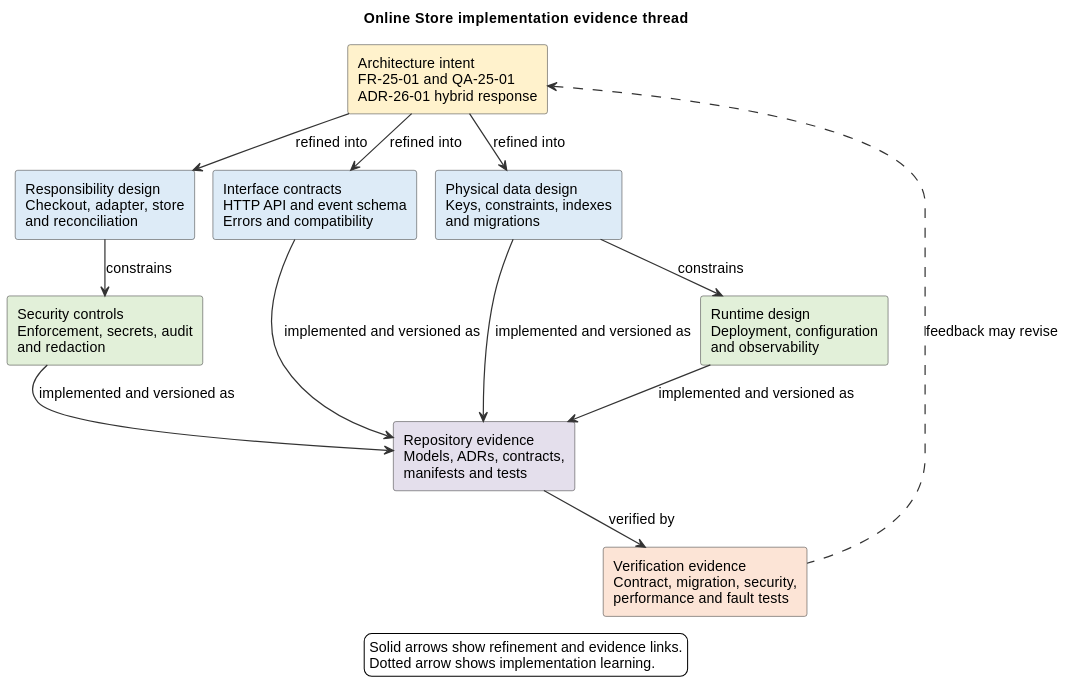
Before: diagrams/exported/svg/FIG-27-01-online-store-implementation-evidence-thread.svg, a diagram exported from PlantUML (nishikanttiwari01/Architecture_Modelling).
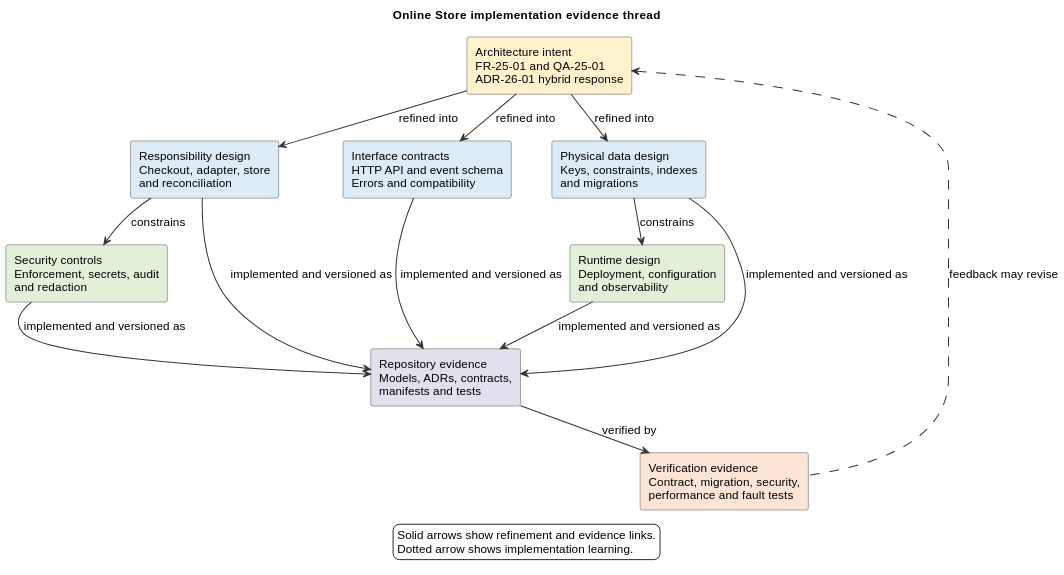
After the commit.

Commit message:
Connect Chapter 27 design to repository evidence

The edit, as a diff of the source:
```diff
@@ -23,6 +23,7 @@
 D --> O : constrains
 S -[hidden]right-> O
 C --> E : implemented and versioned as
+R --> E : implemented and versioned as
 D --> E : implemented and versioned as
 S --> E : implemented and versioned as
 O --> E : implemented and versioned as
```
